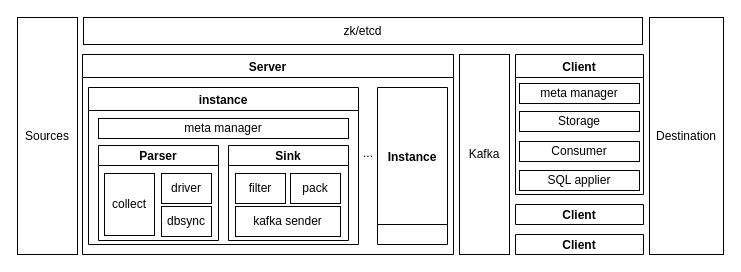
Before: page "架构图" (1 of 2) of dts.drawio in spiswe/scripts, a draw.io diagram. Source tidied: cells renumbered, new cells numbered last; positions are measured from the earlier drawing's top-left corner, leaving out a move shared by most shapes. Both pictures are drawn from the tidied source at 100%, with x=0, y=0 at pixel (17, 17).
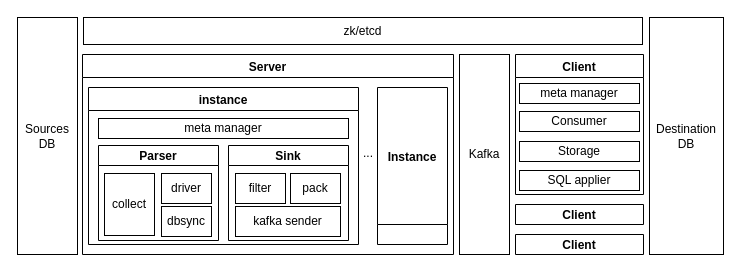
The same diagram, later.

Unchanged cells that the change refers to:
```xml
<mxCell id="18" value="Client" style="swimlane;" parent="2" vertex="1">
  <mxGeometry x="433" y="37" width="128" height="140" as="geometry" />
</mxCell>
```

What changed in the source:
```diff
@@
-    <mxCell id="20" value="Storage" style="rounded=0;whiteSpace=wrap;html=1;" parent="18" vertex="1">
+    <mxCell id="20" value="Consumer" style="rounded=0;whiteSpace=wrap;html=1;" parent="18" vertex="1">
       <mxGeometry x="4" y="57" width="120" height="20" as="geometry" />
     </mxCell>
-    <mxCell id="21" value="Consumer" style="rounded=0;whiteSpace=wrap;html=1;" parent="18" vertex="1">
+    <mxCell id="21" value="Storage" style="rounded=0;whiteSpace=wrap;html=1;" parent="18" vertex="1">
       <mxGeometry x="4" y="87" width="120" height="20" as="geometry" />
     </mxCell>
@@
-    <mxCell id="25" value="Sources" style="rounded=0;whiteSpace=wrap;html=1;" parent="1" vertex="1">
+    <mxCell id="25" value="Sources&lt;br&gt;DB" style="rounded=0;whiteSpace=wrap;html=1;" parent="1" vertex="1">
       <mxGeometry width="60" height="237" as="geometry" />
     </mxCell>
-    <mxCell id="26" value="Destination" style="rounded=0;whiteSpace=wrap;html=1;" parent="1" vertex="1">
+    <mxCell id="26" value="Destination&lt;br&gt;DB" style="rounded=0;whiteSpace=wrap;html=1;" parent="1" vertex="1">
       <mxGeometry x="632" width="74" height="237" as="geometry" />
     </mxCell>
```
